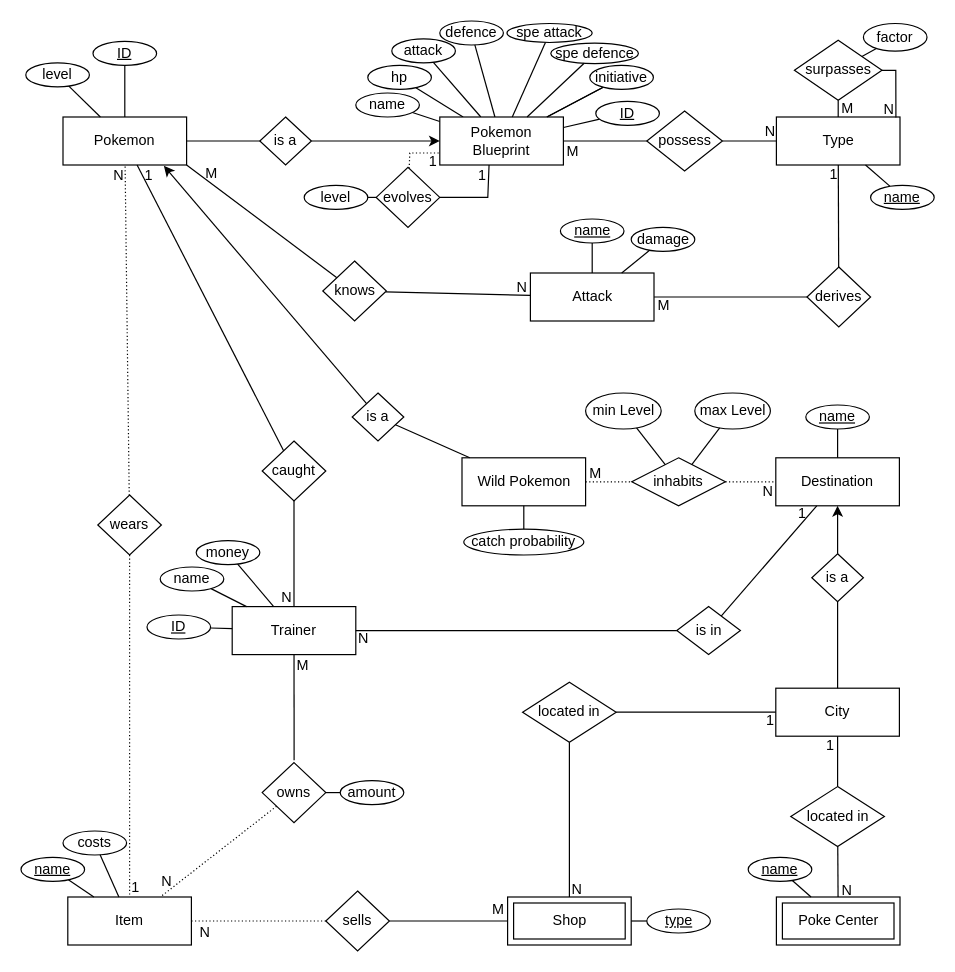
mypictur3esforu/Pokemon-Scuffed-Grey keeps this draw.io diagram as Projekt/Pokemon Scuffed Grey.drawio. Above is the earlier version. Source tidied: cells renumbered, new cells numbered last; positions are measured from the earlier drawing's top-left corner, leaving out a move shared by most shapes. Both pictures are drawn from the tidied source at 120%, with x=0, y=0 at pixel (20, 20).
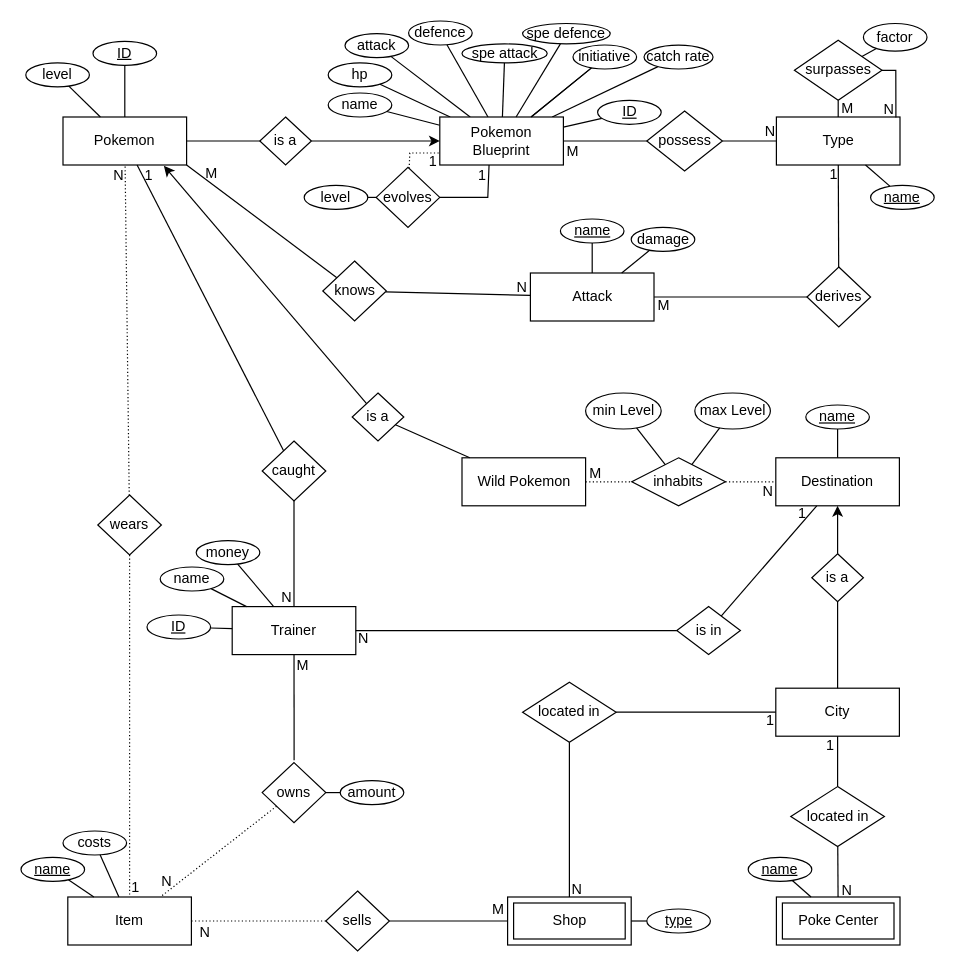
The same diagram, later.

Commit message (it also covers changes not shown here):
Catch Rate to Bluprints

The change refers to these unchanged cells:
```xml
<mxCell id="4" value="Wild Pokemon" style="whiteSpace=wrap;html=1;align=center;" parent="1" vertex="1">
  <mxGeometry x="367.5" y="364" width="103" height="40" as="geometry" />
</mxCell>
<mxCell id="129" value="Pokemon Blueprint" style="whiteSpace=wrap;html=1;align=center;" parent="1" vertex="1">
  <mxGeometry x="349" y="80" width="103" height="40" as="geometry" />
</mxCell>
```

The edit, as a diff of the source:
```diff
@@
     <mxCell id="75" value="hp" style="ellipse;whiteSpace=wrap;html=1;align=center;" parent="1" vertex="1">
-      <mxGeometry x="289" y="37" width="53" height="20" as="geometry" />
+      <mxGeometry x="256" y="34.9" width="53" height="20" as="geometry" />
     </mxCell>
@@
     <mxCell id="77" value="attack" style="ellipse;whiteSpace=wrap;html=1;align=center;" parent="1" vertex="1">
-      <mxGeometry x="309" y="14.9" width="53" height="20" as="geometry" />
+      <mxGeometry x="270" y="10.5" width="53" height="20" as="geometry" />
     </mxCell>
@@
     <mxCell id="79" value="defence" style="ellipse;whiteSpace=wrap;html=1;align=center;" parent="1" vertex="1">
-      <mxGeometry x="349" width="53" height="20" as="geometry" />
+      <mxGeometry x="323" width="53" height="20" as="geometry" />
     </mxCell>
@@
-    <mxCell id="81" value="catch&amp;nbsp;&lt;span style=&quot;background-color: transparent; color: light-dark(rgb(0, 0, 0), rgb(255, 255, 255));&quot;&gt;probability&lt;/span&gt;" style="ellipse;whiteSpace=wrap;html=1;align=center;" parent="1" vertex="1">
-      <mxGeometry x="369" y="423.5" width="100" height="21.5" as="geometry" />
-    </mxCell>
-    <mxCell id="82" style="endArrow=none;html=1;rounded=0;elbow=vertical;" parent="1" edge="1" source="81" target="4">
+    <mxCell id="82" style="endArrow=none;html=1;rounded=0;elbow=vertical;" parent="1" edge="1" source="143" target="129">
       <mxGeometry relative="1" as="geometry" />
     </mxCell>
@@
     <mxCell id="87" value="name" style="ellipse;whiteSpace=wrap;html=1;align=center;" parent="1" vertex="1">
-      <mxGeometry x="279" y="60" width="53" height="20" as="geometry" />
+      <mxGeometry x="256" y="60" width="53" height="20" as="geometry" />
     </mxCell>
@@
     <mxCell id="136" value="spe defence" style="ellipse;whiteSpace=wrap;html=1;align=center;" parent="1" vertex="1">
-      <mxGeometry x="441.5" y="18.5" width="73" height="17" as="geometry" />
+      <mxGeometry x="418" y="2.1" width="73" height="17" as="geometry" />
     </mxCell>
@@
     <mxCell id="138" value="spe attack" style="ellipse;whiteSpace=wrap;html=1;align=center;" parent="1" vertex="1">
-      <mxGeometry x="405" y="2.1" width="71" height="15.8" as="geometry" />
+      <mxGeometry x="367.5" y="19.1" width="71" height="15.8" as="geometry" />
     </mxCell>
@@
     <mxCell id="140" value="ID" style="ellipse;whiteSpace=wrap;html=1;align=center;fontStyle=4;" parent="1" vertex="1">
-      <mxGeometry x="479" y="67" width="53" height="20" as="geometry" />
+      <mxGeometry x="480.5" y="66.1" width="53" height="20" as="geometry" />
     </mxCell>
@@
     <mxCell id="142" value="initiative" style="ellipse;whiteSpace=wrap;html=1;align=center;" parent="1" vertex="1">
-      <mxGeometry x="474" y="37" width="53" height="20" as="geometry" />
+      <mxGeometry x="460" y="20" width="53" height="20" as="geometry" />
     </mxCell>
+    <mxCell id="143" value="catch rate" style="ellipse;whiteSpace=wrap;html=1;align=center;" parent="1" vertex="1">
+      <mxGeometry x="519.2" y="20.1" width="57.5" height="19.9" as="geometry" />
+    </mxCell>
```
